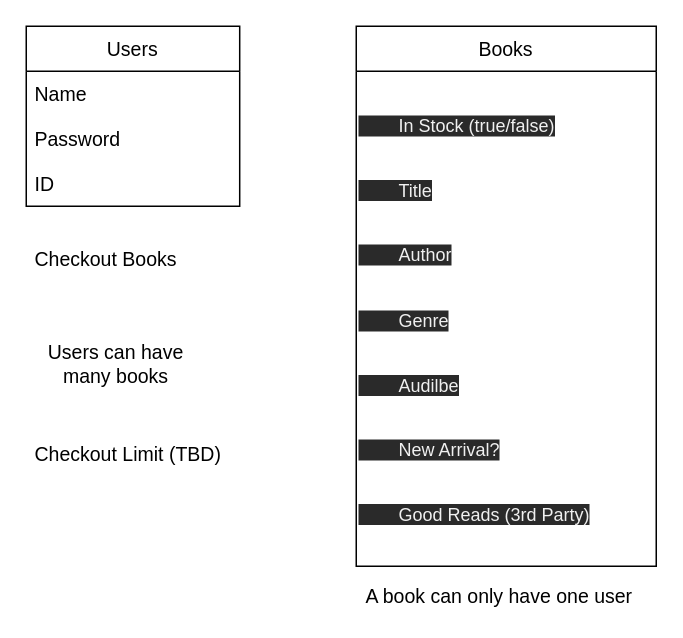
miringan/fullStackLibrary keeps this draw.io diagram as page "Models" (4 of 7) of plan.drawio. Above is the earlier version. Source tidied: cells renumbered, new cells numbered last; positions are measured from the earlier drawing's top-left corner, leaving out a move shared by most shapes. Both pictures are drawn from the tidied source at 150%, with x=0, y=0 at pixel (26, 26).
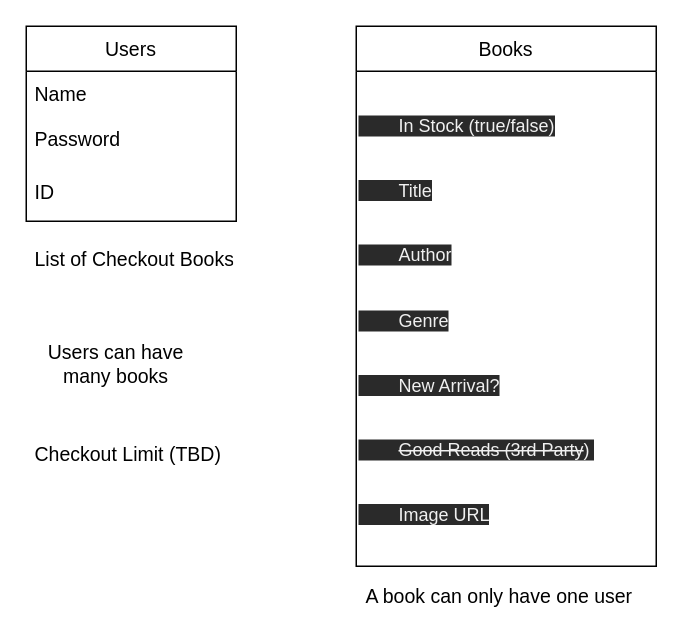
Above is the later version.

The edit, as a diff of the source:
```diff
@@
 <mxGraphModel>
   <root>
     <mxCell id="0" />
     <mxCell id="1" parent="0" />
     <mxCell id="2" value="Users" style="swimlane;fontStyle=0;horizontal=1;startSize=30;fontSize=13;" parent="1" vertex="1">
-      <mxGeometry width="142.3" height="120" as="geometry" />
+      <mxGeometry width="140" height="130" as="geometry" />
     </mxCell>
     <mxCell id="3" value="Name" style="text;strokeColor=none;fillColor=none;align=left;verticalAlign=middle;spacingLeft=4;spacingRight=4;overflow=hidden;fontSize=13;" parent="2" vertex="1">
-      <mxGeometry y="30" width="142.3" height="30" as="geometry" />
+      <mxGeometry y="30" width="140" height="30" as="geometry" />
     </mxCell>
     <mxCell id="4" value="Password" style="text;strokeColor=none;fillColor=none;align=left;verticalAlign=middle;spacingLeft=4;spacingRight=4;overflow=hidden;fontSize=13;" parent="2" vertex="1">
-      <mxGeometry y="60" width="142.3" height="30" as="geometry" />
+      <mxGeometry y="60" width="140" height="30" as="geometry" />
     </mxCell>
     <mxCell id="5" value="ID" style="text;strokeColor=none;fillColor=none;align=left;verticalAlign=middle;spacingLeft=4;spacingRight=4;overflow=hidden;fontSize=13;" parent="2" vertex="1">
-      <mxGeometry y="90" width="142.3" height="30" as="geometry" />
+      <mxGeometry y="90" width="140" height="40" as="geometry" />
     </mxCell>
     <mxCell id="6" value="Books" style="swimlane;fontStyle=0;horizontal=1;startSize=30;fontSize=13;" parent="1" vertex="1">
       <mxGeometry x="220" width="200" height="360" as="geometry" />
     </mxCell>
-    <mxCell id="7" value="&lt;span style=&quot;color: rgb(240 , 240 , 240) ; font-family: &amp;#34;helvetica&amp;#34; ; font-size: 12px ; font-style: normal ; font-weight: 400 ; letter-spacing: normal ; text-align: left ; text-indent: 0px ; text-transform: none ; word-spacing: 0px ; background-color: rgb(42 , 42 , 42) ; display: inline ; float: none&quot;&gt;&amp;nbsp;&amp;nbsp;&amp;nbsp;&amp;nbsp;&amp;nbsp;&amp;nbsp;&amp;nbsp;&amp;nbsp;In Stock (true/false)&lt;/span&gt;&lt;br style=&quot;padding: 0px ; margin: 0px ; color: rgb(240 , 240 , 240) ; font-family: &amp;#34;helvetica&amp;#34; ; font-size: 12px ; font-style: normal ; font-weight: 400 ; letter-spacing: normal ; text-align: left ; text-indent: 0px ; text-transform: none ; word-spacing: 0px ; background-color: rgb(42 , 42 , 42)&quot;&gt;&lt;span style=&quot;color: rgb(240 , 240 , 240) ; font-family: &amp;#34;helvetica&amp;#34; ; font-size: 12px ; font-style: normal ; font-weight: 400 ; letter-spacing: normal ; text-align: left ; text-indent: 0px ; text-transform: none ; word-spacing: 0px ; background-color: rgb(42 , 42 , 42) ; display: inline ; float: none&quot;&gt;&amp;nbsp;&amp;nbsp;&amp;nbsp;&amp;nbsp;&amp;nbsp;&amp;nbsp;&amp;nbsp;&amp;nbsp;Title&lt;/span&gt;&lt;br style=&quot;padding: 0px ; margin: 0px ; color: rgb(240 , 240 , 240) ; font-family: &amp;#34;helvetica&amp;#34; ; font-size: 12px ; font-style: normal ; font-weight: 400 ; letter-spacing: normal ; text-align: left ; text-indent: 0px ; text-transform: none ; word-spacing: 0px ; background-color: rgb(42 , 42 , 42)&quot;&gt;&lt;span style=&quot;color: rgb(240 , 240 , 240) ; font-family: &amp;#34;helvetica&amp;#34; ; font-size: 12px ; font-style: normal ; font-weight: 400 ; letter-spacing: normal ; text-align: left ; text-indent: 0px ; text-transform: none ; word-spacing: 0px ; background-color: rgb(42 , 42 , 42) ; display: inline ; float: none&quot;&gt;&amp;nbsp;&amp;nbsp;&amp;nbsp;&amp;nbsp;&amp;nbsp;&amp;nbsp;&amp;nbsp;&amp;nbsp;Author&lt;/span&gt;&lt;br style=&quot;padding: 0px ; margin: 0px ; color: rgb(240 , 240 , 240) ; font-family: &amp;#34;helvetica&amp;#34; ; font-size: 12px ; font-style: normal ; font-weight: 400 ; letter-spacing: normal ; text-align: left ; text-indent: 0px ; text-transform: none ; word-spacing: 0px ; background-color: rgb(42 , 42 , 42)&quot;&gt;&lt;span style=&quot;color: rgb(240 , 240 , 240) ; font-family: &amp;#34;helvetica&amp;#34; ; font-size: 12px ; font-style: normal ; font-weight: 400 ; letter-spacing: normal ; text-align: left ; text-indent: 0px ; text-transform: none ; word-spacing: 0px ; background-color: rgb(42 , 42 , 42) ; display: inline ; float: none&quot;&gt;&amp;nbsp;&amp;nbsp;&amp;nbsp;&amp;nbsp;&amp;nbsp;&amp;nbsp;&amp;nbsp;&amp;nbsp;Genre&lt;/span&gt;&lt;br style=&quot;padding: 0px ; margin: 0px ; color: rgb(240 , 240 , 240) ; font-family: &amp;#34;helvetica&amp;#34; ; font-size: 12px ; font-style: normal ; font-weight: 400 ; letter-spacing: normal ; text-align: left ; text-indent: 0px ; text-transform: none ; word-spacing: 0px ; background-color: rgb(42 , 42 , 42)&quot;&gt;&lt;span style=&quot;color: rgb(240 , 240 , 240) ; font-family: &amp;#34;helvetica&amp;#34; ; font-size: 12px ; font-style: normal ; font-weight: 400 ; letter-spacing: normal ; text-align: left ; text-indent: 0px ; text-transform: none ; word-spacing: 0px ; background-color: rgb(42 , 42 , 42) ; display: inline ; float: none&quot;&gt;&amp;nbsp;&amp;nbsp;&amp;nbsp;&amp;nbsp;&amp;nbsp;&amp;nbsp;&amp;nbsp;&amp;nbsp;Audilbe&lt;br&gt;&lt;span style=&quot;white-space: pre&quot;&gt;&#9;&lt;/span&gt;New Arrival?&lt;br&gt;&lt;span style=&quot;white-space: pre&quot;&gt;&#9;&lt;/span&gt;Good Reads (3rd Party)&lt;br&gt;&lt;/span&gt;" style="text;whiteSpace=wrap;html=1;fontSize=36;" parent="6" vertex="1">
+    <mxCell id="7" value="&lt;span style=&quot;color: rgb(240 , 240 , 240) ; font-family: &amp;#34;helvetica&amp;#34; ; font-size: 12px ; font-style: normal ; font-weight: 400 ; letter-spacing: normal ; text-align: left ; text-indent: 0px ; text-transform: none ; word-spacing: 0px ; background-color: rgb(42 , 42 , 42) ; display: inline ; float: none&quot;&gt;&amp;nbsp;&amp;nbsp;&amp;nbsp;&amp;nbsp;&amp;nbsp;&amp;nbsp;&amp;nbsp;&amp;nbsp;In Stock (true/false)&lt;/span&gt;&lt;br style=&quot;padding: 0px ; margin: 0px ; color: rgb(240 , 240 , 240) ; font-family: &amp;#34;helvetica&amp;#34; ; font-size: 12px ; font-style: normal ; font-weight: 400 ; letter-spacing: normal ; text-align: left ; text-indent: 0px ; text-transform: none ; word-spacing: 0px ; background-color: rgb(42 , 42 , 42)&quot;&gt;&lt;span style=&quot;color: rgb(240 , 240 , 240) ; font-family: &amp;#34;helvetica&amp;#34; ; font-size: 12px ; font-style: normal ; font-weight: 400 ; letter-spacing: normal ; text-align: left ; text-indent: 0px ; text-transform: none ; word-spacing: 0px ; background-color: rgb(42 , 42 , 42) ; display: inline ; float: none&quot;&gt;&amp;nbsp;&amp;nbsp;&amp;nbsp;&amp;nbsp;&amp;nbsp;&amp;nbsp;&amp;nbsp;&amp;nbsp;Title&lt;/span&gt;&lt;br style=&quot;padding: 0px ; margin: 0px ; color: rgb(240 , 240 , 240) ; font-family: &amp;#34;helvetica&amp;#34; ; font-size: 12px ; font-style: normal ; font-weight: 400 ; letter-spacing: normal ; text-align: left ; text-indent: 0px ; text-transform: none ; word-spacing: 0px ; background-color: rgb(42 , 42 , 42)&quot;&gt;&lt;span style=&quot;color: rgb(240 , 240 , 240) ; font-family: &amp;#34;helvetica&amp;#34; ; font-size: 12px ; font-style: normal ; font-weight: 400 ; letter-spacing: normal ; text-align: left ; text-indent: 0px ; text-transform: none ; word-spacing: 0px ; background-color: rgb(42 , 42 , 42) ; display: inline ; float: none&quot;&gt;&amp;nbsp;&amp;nbsp;&amp;nbsp;&amp;nbsp;&amp;nbsp;&amp;nbsp;&amp;nbsp;&amp;nbsp;Author&lt;/span&gt;&lt;br style=&quot;padding: 0px ; margin: 0px ; color: rgb(240 , 240 , 240) ; font-family: &amp;#34;helvetica&amp;#34; ; font-size: 12px ; font-style: normal ; font-weight: 400 ; letter-spacing: normal ; text-align: left ; text-indent: 0px ; text-transform: none ; word-spacing: 0px ; background-color: rgb(42 , 42 , 42)&quot;&gt;&lt;span style=&quot;color: rgb(240 , 240 , 240) ; font-family: &amp;#34;helvetica&amp;#34; ; font-size: 12px ; font-style: normal ; font-weight: 400 ; letter-spacing: normal ; text-align: left ; text-indent: 0px ; text-transform: none ; word-spacing: 0px ; background-color: rgb(42 , 42 , 42) ; display: inline ; float: none&quot;&gt;&amp;nbsp;&amp;nbsp;&amp;nbsp;&amp;nbsp;&amp;nbsp;&amp;nbsp;&amp;nbsp;&amp;nbsp;Genre&lt;/span&gt;&lt;span style=&quot;color: rgb(240 , 240 , 240) ; font-family: &amp;#34;helvetica&amp;#34; ; font-size: 12px ; font-style: normal ; font-weight: 400 ; letter-spacing: normal ; text-align: left ; text-indent: 0px ; text-transform: none ; word-spacing: 0px ; background-color: rgb(42 , 42 , 42) ; display: inline ; float: none&quot;&gt;&lt;br&gt;&lt;span style=&quot;white-space: pre&quot;&gt;&#9;&lt;/span&gt;New Arrival?&lt;br&gt;&lt;span style=&quot;white-space: pre&quot;&gt;&#9;&lt;/span&gt;&lt;strike&gt;Good Reads (3rd Party&lt;/strike&gt;)&amp;nbsp;&lt;br&gt;&lt;span style=&quot;white-space: pre&quot;&gt;&#9;&lt;/span&gt;Image URL&lt;br&gt;&lt;/span&gt;" style="text;whiteSpace=wrap;html=1;fontSize=36;" parent="6" vertex="1">
       <mxGeometry y="30" width="200" height="330" as="geometry" />
     </mxCell>
-    <mxCell id="8" value="Checkout Books" style="text;strokeColor=none;fillColor=none;align=left;verticalAlign=middle;spacingLeft=4;spacingRight=4;overflow=hidden;fontSize=13;" parent="1" vertex="1">
+    <mxCell id="8" value="List of Checkout Books" style="text;strokeColor=none;fillColor=none;align=left;verticalAlign=middle;spacingLeft=4;spacingRight=4;overflow=hidden;fontSize=13;" parent="1" vertex="1">
       <mxGeometry y="120" width="142.3" height="70" as="geometry" />
     </mxCell>
     <mxCell id="9" value="Users can have many books" style="text;html=1;strokeColor=none;fillColor=none;align=center;verticalAlign=middle;whiteSpace=wrap;rounded=0;fontSize=13;" parent="1" vertex="1">
       <mxGeometry y="210" width="120" height="30" as="geometry" />
     </mxCell>
     <mxCell id="10" value="A book can only have one user" style="text;html=1;align=center;verticalAlign=middle;strokeColor=none;fillColor=none;fontSize=13;" parent="1" vertex="1">
       <mxGeometry x="220" y="370" width="190" height="20" as="geometry" />
     </mxCell>
     <mxCell id="11" value="Checkout Limit (TBD)" style="text;strokeColor=none;fillColor=none;align=left;verticalAlign=middle;spacingLeft=4;spacingRight=4;overflow=hidden;fontSize=13;" parent="1" vertex="1">
       <mxGeometry y="250" width="142.3" height="70" as="geometry" />
     </mxCell>
   </root>
 </mxGraphModel>
```
